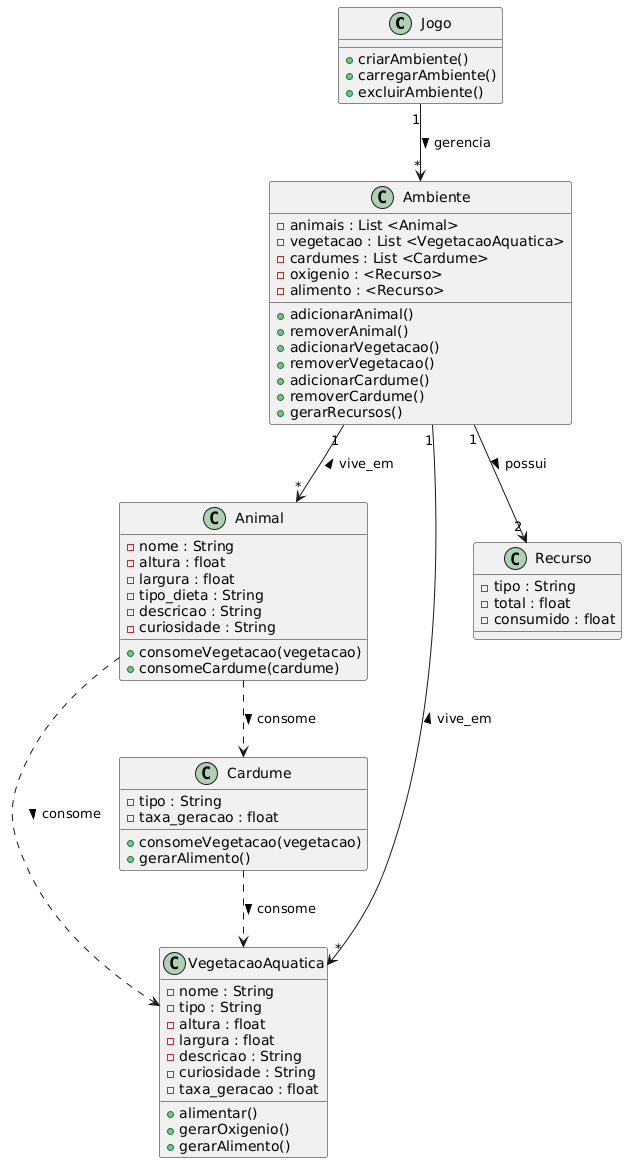
Ataky-0/feed-the-sea keeps this PlantUML diagram as Docs/Diagrams/Class-Diagram.png. Above is the earlier version.
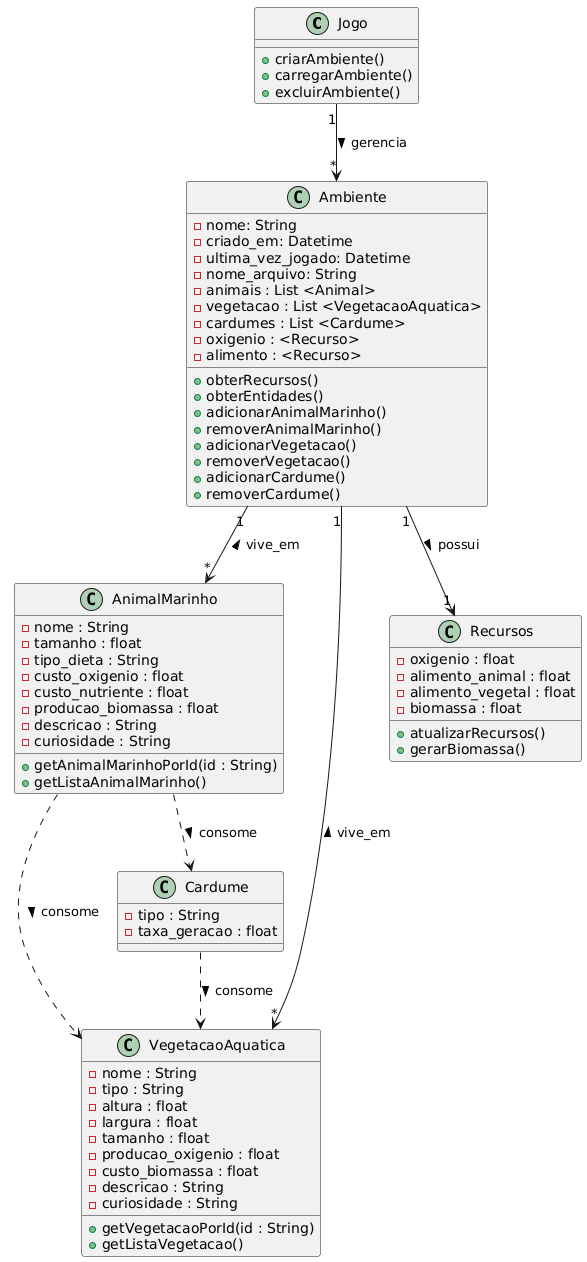
After the commit.

Commit message:
docs: extend class and use case diagrams with new cases and attributes

Diff of the diagram source:
```diff
@@ -6,15 +6,17 @@
   + excluirAmbiente()
 }
 
-class Animal {
+class AnimalMarinho {
   - nome : String
-  - altura : float
-  - largura : float
+  - tamanho : float
   - tipo_dieta : String
+  - custo_oxigenio : float
+  - custo_nutriente : float
+  - producao_biomassa : float
   - descricao : String
   - curiosidade : String
-  + consomeVegetacao(vegetacao)
-  + consomeCardume(cardume)
+  + getAnimalMarinhoPorId(id : String)
+  + getListaAnimalMarinho()
 }
 
 class VegetacaoAquatica {
@@ -22,47 +24,54 @@
   - tipo : String
   - altura : float
   - largura : float
+  - tamanho : float
+  - producao_oxigenio : float
+  - custo_biomassa : float
   - descricao : String
   - curiosidade : String
-  - taxa_geracao : float
-  + alimentar()
-  + gerarOxigenio()
-  + gerarAlimento()
+  + getVegetacaoPorId(id : String)
+  + getListaVegetacao()
 }
 
 class Ambiente {
+  - nome: String
+  - criado_em: Datetime
+  - ultima_vez_jogado: Datetime
+  - nome_arquivo: String
   - animais : List <Animal>
   - vegetacao : List <VegetacaoAquatica>
   - cardumes : List <Cardume>
   - oxigenio : <Recurso>
   - alimento : <Recurso>
-  + adicionarAnimal()
-  + removerAnimal()
+  + obterRecursos()
+  + obterEntidades()
+  + adicionarAnimalMarinho()
+  + removerAnimalMarinho()
   + adicionarVegetacao()
   + removerVegetacao()
   + adicionarCardume()
   + removerCardume()
-  + gerarRecursos()
 }
 
 class Cardume {
   - tipo : String
   - taxa_geracao : float
-  + consomeVegetacao(vegetacao)
-  + gerarAlimento()
 }
 
-class Recurso {
-  - tipo : String
-  - total : float
-  - consumido : float
+class Recursos {
+  - oxigenio : float
+  - alimento_animal : float
+  - alimento_vegetal : float
+  - biomassa : float
+  + atualizarRecursos()
+  + gerarBiomassa()
 }
 
 Jogo "1" --> "*" Ambiente : gerencia >
-Ambiente "1" --> "*" Animal : vive_em <
+Ambiente "1" --> "*" AnimalMarinho : vive_em <
 Ambiente "1" --> "*" VegetacaoAquatica : vive_em <
-Ambiente "1" --> "2" Recurso : possui >
-Animal ..> Cardume : consome >
-Animal ..> VegetacaoAquatica : consome >
+Ambiente "1" --> "1" Recursos : possui >
+AnimalMarinho ..> Cardume : consome >
+AnimalMarinho ..> VegetacaoAquatica : consome >
 Cardume ..> VegetacaoAquatica : consome >
 @enduml
```
